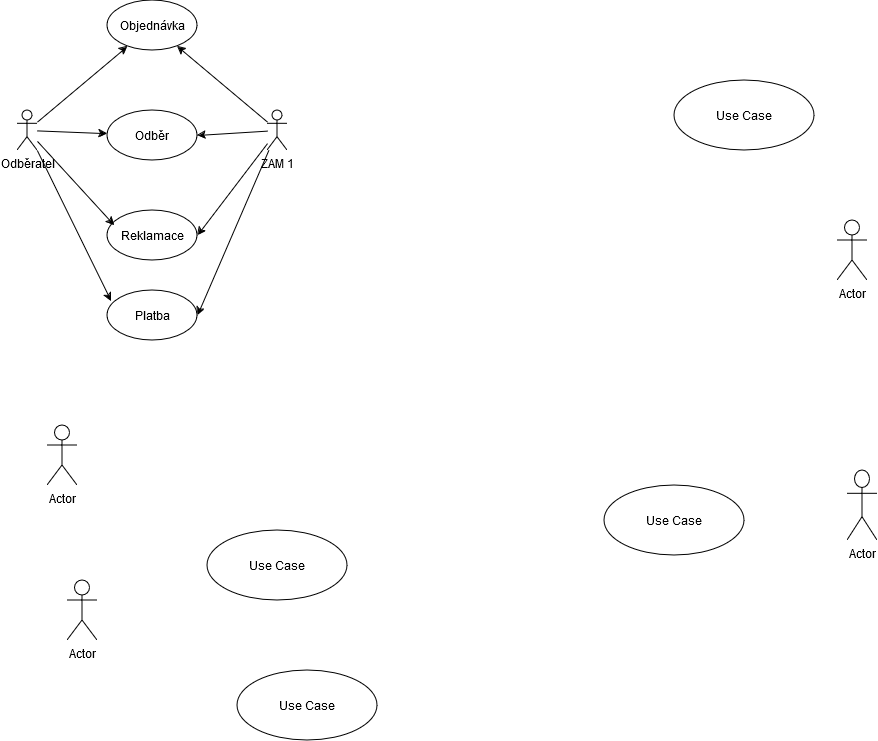
This is SW_ING/Tužka_state.png from KarelMasa/pg, a draw.io export, as it was before one commit. Source tidied: cells renumbered, new cells last; positions are measured from the earlier drawing's top-left corner, leaving out a move shared by most shapes. Its diagram source:
```xml
<mxGraphModel>
  <root>
    <mxCell id="0" />
    <mxCell id="1" parent="0" />
    <mxCell id="2" style="rounded=0;jettySize=auto;html=1;" parent="1" edge="1" source="4" target="19">
      <mxGeometry relative="1" as="geometry" />
    </mxCell>
    <mxCell id="3" style="rounded=0;jettySize=auto;html=1;" parent="1" edge="1" source="4" target="6">
      <mxGeometry relative="1" as="geometry" />
    </mxCell>
    <mxCell id="4" value="&lt;div&gt;Odběratel&lt;/div&gt;&lt;div&gt;&lt;br&gt;&lt;/div&gt;" style="shape=umlActor;verticalLabelPosition=bottom;verticalAlign=top;html=1;" parent="1" vertex="1">
      <mxGeometry y="110" width="20" height="40" as="geometry" />
    </mxCell>
    <mxCell id="5" value="Use Case" style="ellipse;whiteSpace=wrap;html=1;" parent="1" vertex="1">
      <mxGeometry x="657" y="80" width="140" height="70" as="geometry" />
    </mxCell>
    <mxCell id="6" value="Odběr " style="ellipse;whiteSpace=wrap;html=1;" parent="1" vertex="1">
      <mxGeometry x="90" y="110" width="90" height="50" as="geometry" />
    </mxCell>
    <mxCell id="7" value="Use Case" style="ellipse;whiteSpace=wrap;html=1;" parent="1" vertex="1">
      <mxGeometry x="587" y="485" width="140" height="70" as="geometry" />
    </mxCell>
    <mxCell id="8" value="Use Case" style="ellipse;whiteSpace=wrap;html=1;" parent="1" vertex="1">
      <mxGeometry x="190" y="530" width="140" height="70" as="geometry" />
    </mxCell>
    <mxCell id="9" value="Use Case" style="ellipse;whiteSpace=wrap;html=1;" parent="1" vertex="1">
      <mxGeometry x="220" y="670" width="140" height="70" as="geometry" />
    </mxCell>
    <mxCell id="10" value="Actor" style="shape=umlActor;verticalLabelPosition=bottom;verticalAlign=top;html=1;" parent="1" vertex="1">
      <mxGeometry x="830" y="470" width="30" height="70" as="geometry" />
    </mxCell>
    <mxCell id="11" value="Actor" style="shape=umlActor;verticalLabelPosition=bottom;verticalAlign=top;html=1;" parent="1" vertex="1">
      <mxGeometry x="30" y="425" width="30" height="60" as="geometry" />
    </mxCell>
    <mxCell id="12" value="Actor" style="shape=umlActor;verticalLabelPosition=bottom;verticalAlign=top;html=1;" parent="1" vertex="1">
      <mxGeometry x="50" y="580" width="30" height="60" as="geometry" />
    </mxCell>
    <mxCell id="13" style="rounded=0;jettySize=auto;html=1;" parent="1" edge="1" source="17" target="19">
      <mxGeometry relative="1" as="geometry" />
    </mxCell>
    <mxCell id="14" style="rounded=0;jettySize=auto;html=1;entryX=1;entryY=0.5;entryDx=0;entryDy=0;" parent="1" edge="1" source="17" target="6">
      <mxGeometry relative="1" as="geometry" />
    </mxCell>
    <mxCell id="15" style="rounded=0;jettySize=auto;html=1;entryX=1;entryY=0.5;entryDx=0;entryDy=0;" parent="1" edge="1" source="17" target="20">
      <mxGeometry relative="1" as="geometry" />
    </mxCell>
    <mxCell id="16" style="rounded=0;jettySize=auto;html=1;entryX=1;entryY=0.5;entryDx=0;entryDy=0;" parent="1" edge="1" source="17" target="21">
      <mxGeometry relative="1" as="geometry" />
    </mxCell>
    <mxCell id="17" value="ZAM 1" style="shape=umlActor;verticalLabelPosition=bottom;verticalAlign=top;html=1;" parent="1" vertex="1">
      <mxGeometry x="250" y="110" width="20" height="40" as="geometry" />
    </mxCell>
    <mxCell id="18" value="Actor" style="shape=umlActor;verticalLabelPosition=bottom;verticalAlign=top;html=1;" parent="1" vertex="1">
      <mxGeometry x="820" y="220" width="30" height="60" as="geometry" />
    </mxCell>
    <mxCell id="19" value="&lt;div&gt;Objednávka&lt;/div&gt;" style="ellipse;whiteSpace=wrap;html=1;" parent="1" vertex="1">
      <mxGeometry x="90" width="90" height="50" as="geometry" />
    </mxCell>
    <mxCell id="20" value="Reklamace" style="ellipse;whiteSpace=wrap;html=1;" parent="1" vertex="1">
      <mxGeometry x="90" y="210" width="90" height="50" as="geometry" />
    </mxCell>
    <mxCell id="21" value="&lt;div&gt;Platba&lt;/div&gt;" style="ellipse;whiteSpace=wrap;html=1;" parent="1" vertex="1">
      <mxGeometry x="90" y="290" width="90" height="50" as="geometry" />
    </mxCell>
    <mxCell id="22" style="rounded=0;jettySize=auto;html=1;entryX=0.078;entryY=0.3;entryDx=0;entryDy=0;entryPerimeter=0;" parent="1" edge="1" source="4" target="20">
      <mxGeometry relative="1" as="geometry" />
    </mxCell>
    <mxCell id="23" style="rounded=0;jettySize=auto;html=1;entryX=0.044;entryY=0.22;entryDx=0;entryDy=0;entryPerimeter=0;" parent="1" edge="1" source="4" target="21">
      <mxGeometry relative="1" as="geometry" />
    </mxCell>
  </root>
</mxGraphModel>
```
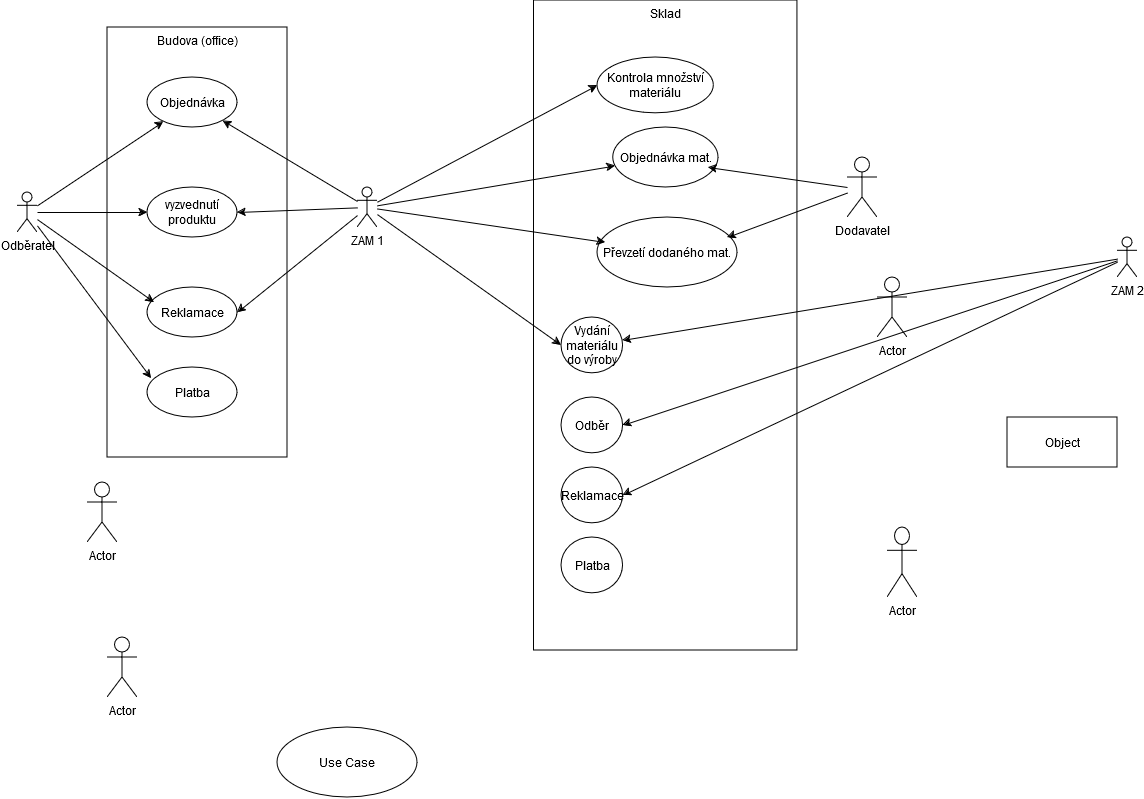
Later version of the same file.

The edit, as a diff of the source:
```diff
@@ -2,27 +2,33 @@
   <root>
     <mxCell id="0" />
     <mxCell id="1" parent="0" />
+    <mxCell id="24" style="group;" parent="1" vertex="1">
+      <mxGeometry x="50" y="-30" width="180" height="430" as="geometry" />
+    </mxCell>
+    <mxCell id="25" value="Budova (office)" style="html=1;whiteSpace=wrap;verticalAlign=top;" parent="24" vertex="1">
+      <mxGeometry width="180" height="430" as="geometry" />
+    </mxCell>
+    <mxCell id="6" value="vyzvednutí produktu" style="ellipse;whiteSpace=wrap;html=1;" parent="24" vertex="1">
+      <mxGeometry x="40" y="160" width="90" height="50" as="geometry" />
+    </mxCell>
+    <mxCell id="19" value="&lt;div&gt;Objednávka&lt;/div&gt;" style="ellipse;whiteSpace=wrap;html=1;" parent="24" vertex="1">
+      <mxGeometry x="40" y="50" width="90" height="50" as="geometry" />
+    </mxCell>
+    <mxCell id="20" value="Reklamace" style="ellipse;whiteSpace=wrap;html=1;" parent="24" vertex="1">
+      <mxGeometry x="40" y="260" width="90" height="50" as="geometry" />
+    </mxCell>
+    <mxCell id="21" value="&lt;div&gt;Platba&lt;/div&gt;" style="ellipse;whiteSpace=wrap;html=1;" parent="24" vertex="1">
+      <mxGeometry x="40" y="340" width="90" height="50" as="geometry" />
+    </mxCell>
     <mxCell id="2" style="rounded=0;jettySize=auto;html=1;" parent="1" edge="1" source="4" target="19">
       <mxGeometry relative="1" as="geometry" />
     </mxCell>
     <mxCell id="3" style="rounded=0;jettySize=auto;html=1;" parent="1" edge="1" source="4" target="6">
       <mxGeometry relative="1" as="geometry" />
     </mxCell>
-    <mxCell id="4" value="&lt;div&gt;Odběratel&lt;/div&gt;&lt;div&gt;&lt;br&gt;&lt;/div&gt;" style="shape=umlActor;verticalLabelPosition=bottom;verticalAlign=top;html=1;" parent="1" vertex="1">
-      <mxGeometry y="110" width="20" height="40" as="geometry" />
-    </mxCell>
-    <mxCell id="5" value="Use Case" style="ellipse;whiteSpace=wrap;html=1;" parent="1" vertex="1">
-      <mxGeometry x="657" y="80" width="140" height="70" as="geometry" />
-    </mxCell>
-    <mxCell id="6" value="Odběr " style="ellipse;whiteSpace=wrap;html=1;" parent="1" vertex="1">
-      <mxGeometry x="90" y="110" width="90" height="50" as="geometry" />
-    </mxCell>
     <mxCell id="7" value="Use Case" style="ellipse;whiteSpace=wrap;html=1;" parent="1" vertex="1">
       <mxGeometry x="587" y="485" width="140" height="70" as="geometry" />
     </mxCell>
-    <mxCell id="8" value="Use Case" style="ellipse;whiteSpace=wrap;html=1;" parent="1" vertex="1">
-      <mxGeometry x="190" y="530" width="140" height="70" as="geometry" />
-    </mxCell>
     <mxCell id="9" value="Use Case" style="ellipse;whiteSpace=wrap;html=1;" parent="1" vertex="1">
       <mxGeometry x="220" y="670" width="140" height="70" as="geometry" />
     </mxCell>
@@ -44,29 +50,85 @@
     <mxCell id="15" style="rounded=0;jettySize=auto;html=1;entryX=1;entryY=0.5;entryDx=0;entryDy=0;" parent="1" edge="1" source="17" target="20">
       <mxGeometry relative="1" as="geometry" />
     </mxCell>
-    <mxCell id="16" style="rounded=0;jettySize=auto;html=1;entryX=1;entryY=0.5;entryDx=0;entryDy=0;" parent="1" edge="1" source="17" target="21">
-      <mxGeometry relative="1" as="geometry" />
-    </mxCell>
-    <mxCell id="17" value="ZAM 1" style="shape=umlActor;verticalLabelPosition=bottom;verticalAlign=top;html=1;" parent="1" vertex="1">
-      <mxGeometry x="250" y="110" width="20" height="40" as="geometry" />
-    </mxCell>
     <mxCell id="18" value="Actor" style="shape=umlActor;verticalLabelPosition=bottom;verticalAlign=top;html=1;" parent="1" vertex="1">
       <mxGeometry x="820" y="220" width="30" height="60" as="geometry" />
     </mxCell>
-    <mxCell id="19" value="&lt;div&gt;Objednávka&lt;/div&gt;" style="ellipse;whiteSpace=wrap;html=1;" parent="1" vertex="1">
-      <mxGeometry x="90" width="90" height="50" as="geometry" />
-    </mxCell>
-    <mxCell id="20" value="Reklamace" style="ellipse;whiteSpace=wrap;html=1;" parent="1" vertex="1">
-      <mxGeometry x="90" y="210" width="90" height="50" as="geometry" />
-    </mxCell>
-    <mxCell id="21" value="&lt;div&gt;Platba&lt;/div&gt;" style="ellipse;whiteSpace=wrap;html=1;" parent="1" vertex="1">
-      <mxGeometry x="90" y="290" width="90" height="50" as="geometry" />
-    </mxCell>
     <mxCell id="22" style="rounded=0;jettySize=auto;html=1;entryX=0.078;entryY=0.3;entryDx=0;entryDy=0;entryPerimeter=0;" parent="1" edge="1" source="4" target="20">
       <mxGeometry relative="1" as="geometry" />
     </mxCell>
     <mxCell id="23" style="rounded=0;jettySize=auto;html=1;entryX=0.044;entryY=0.22;entryDx=0;entryDy=0;entryPerimeter=0;" parent="1" edge="1" source="4" target="21">
       <mxGeometry relative="1" as="geometry" />
     </mxCell>
+    <mxCell id="26" value="Object" style="html=1;whiteSpace=wrap;" parent="1" vertex="1">
+      <mxGeometry x="950" y="360" width="110" height="50" as="geometry" />
+    </mxCell>
+    <mxCell id="4" value="&lt;div&gt;Odběratel&lt;/div&gt;&lt;div&gt;&lt;br&gt;&lt;/div&gt;" style="shape=umlActor;verticalLabelPosition=bottom;verticalAlign=top;html=1;" parent="1" vertex="1">
+      <mxGeometry x="-40" y="135" width="20" height="40" as="geometry" />
+    </mxCell>
+    <mxCell id="17" value="ZAM 1" style="shape=umlActor;verticalLabelPosition=bottom;verticalAlign=top;html=1;" parent="1" vertex="1">
+      <mxGeometry x="300" y="130" width="20" height="40" as="geometry" />
+    </mxCell>
+    <mxCell id="27" style="group;" parent="1" vertex="1">
+      <mxGeometry x="480" y="-30" width="260" height="650" as="geometry" />
+    </mxCell>
+    <mxCell id="28" value="Sklad" style="html=1;whiteSpace=wrap;verticalAlign=top;" parent="27" vertex="1">
+      <mxGeometry x="-3.4" y="-27.1" width="263.4" height="650" as="geometry" />
+    </mxCell>
+    <mxCell id="29" value="Odběr " style="ellipse;whiteSpace=wrap;html=1;" parent="27" vertex="1">
+      <mxGeometry x="23.9" y="370" width="61.6" height="55.8" as="geometry" />
+    </mxCell>
+    <mxCell id="30" value="Vydání materiálu do výroby" style="ellipse;whiteSpace=wrap;html=1;" parent="27" vertex="1">
+      <mxGeometry x="23.9" y="290" width="61.6" height="55.8" as="geometry" />
+    </mxCell>
+    <mxCell id="31" value="Reklamace" style="ellipse;whiteSpace=wrap;html=1;" parent="27" vertex="1">
+      <mxGeometry x="23.9" y="440" width="61.6" height="55.8" as="geometry" />
+    </mxCell>
+    <mxCell id="32" value="&lt;div&gt;Platba&lt;/div&gt;" style="ellipse;whiteSpace=wrap;html=1;" parent="27" vertex="1">
+      <mxGeometry x="23.9" y="510" width="61.6" height="55.8" as="geometry" />
+    </mxCell>
+    <mxCell id="33" value="Kontrola množství materiálu" style="ellipse;whiteSpace=wrap;html=1;" parent="27" vertex="1">
+      <mxGeometry x="60" y="30" width="116.3" height="55.8" as="geometry" />
+    </mxCell>
+    <mxCell id="5" value="Objednávka mat." style="ellipse;whiteSpace=wrap;html=1;" parent="27" vertex="1">
+      <mxGeometry x="75.7" y="100" width="105.3" height="60" as="geometry" />
+    </mxCell>
+    <mxCell id="8" value="Převzetí dodaného mat." style="ellipse;whiteSpace=wrap;html=1;" parent="27" vertex="1">
+      <mxGeometry x="60" y="190" width="140" height="70" as="geometry" />
+    </mxCell>
+    <mxCell id="34" style="rounded=0;jettySize=auto;html=1;" parent="1" edge="1" source="37" target="30">
+      <mxGeometry relative="1" as="geometry" />
+    </mxCell>
+    <mxCell id="35" style="rounded=0;jettySize=auto;html=1;entryX=1;entryY=0.5;entryDx=0;entryDy=0;" parent="1" edge="1" source="37" target="29">
+      <mxGeometry relative="1" as="geometry" />
+    </mxCell>
+    <mxCell id="36" style="rounded=0;jettySize=auto;html=1;entryX=1;entryY=0.5;entryDx=0;entryDy=0;" parent="1" edge="1" source="37" target="31">
+      <mxGeometry relative="1" as="geometry" />
+    </mxCell>
+    <mxCell id="37" value="&lt;div&gt;ZAM 2&lt;/div&gt;" style="shape=umlActor;verticalLabelPosition=bottom;verticalAlign=top;html=1;" parent="1" vertex="1">
+      <mxGeometry x="1060" y="180" width="20" height="40" as="geometry" />
+    </mxCell>
+    <mxCell id="38" style="rounded=0;jettySize=auto;html=1;entryX=0;entryY=0.5;entryDx=0;entryDy=0;" parent="1" edge="1" source="17" target="30">
+      <mxGeometry relative="1" as="geometry" />
+    </mxCell>
+    <mxCell id="39" style="rounded=0;jettySize=auto;html=1;entryX=0;entryY=0.5;entryDx=0;entryDy=0;" parent="1" edge="1" source="17" target="33">
+      <mxGeometry relative="1" as="geometry" />
+    </mxCell>
+    <mxCell id="40" value="Dodavatel" style="shape=umlActor;verticalLabelPosition=bottom;verticalAlign=top;html=1;" parent="1" vertex="1">
+      <mxGeometry x="790" y="100" width="30" height="60" as="geometry" />
+    </mxCell>
+    <mxCell id="41" style="rounded=0;jettySize=auto;html=1;entryX=0.905;entryY=0.667;entryDx=0;entryDy=0;entryPerimeter=0;" parent="1" edge="1" target="5">
+      <mxGeometry relative="1" as="geometry">
+        <mxPoint x="790" y="130" as="sourcePoint" />
+      </mxGeometry>
+    </mxCell>
+    <mxCell id="42" style="rounded=0;jettySize=auto;html=1;" parent="1" edge="1" source="17" target="5">
+      <mxGeometry relative="1" as="geometry" />
+    </mxCell>
+    <mxCell id="43" style="rounded=0;jettySize=auto;html=1;entryX=0.929;entryY=0.286;entryDx=0;entryDy=0;entryPerimeter=0;" parent="1" edge="1" source="40" target="8">
+      <mxGeometry relative="1" as="geometry" />
+    </mxCell>
+    <mxCell id="44" style="rounded=0;jettySize=auto;html=1;entryX=0.057;entryY=0.357;entryDx=0;entryDy=0;entryPerimeter=0;" parent="1" edge="1" source="17" target="8">
+      <mxGeometry relative="1" as="geometry" />
+    </mxCell>
   </root>
 </mxGraphModel>
```
